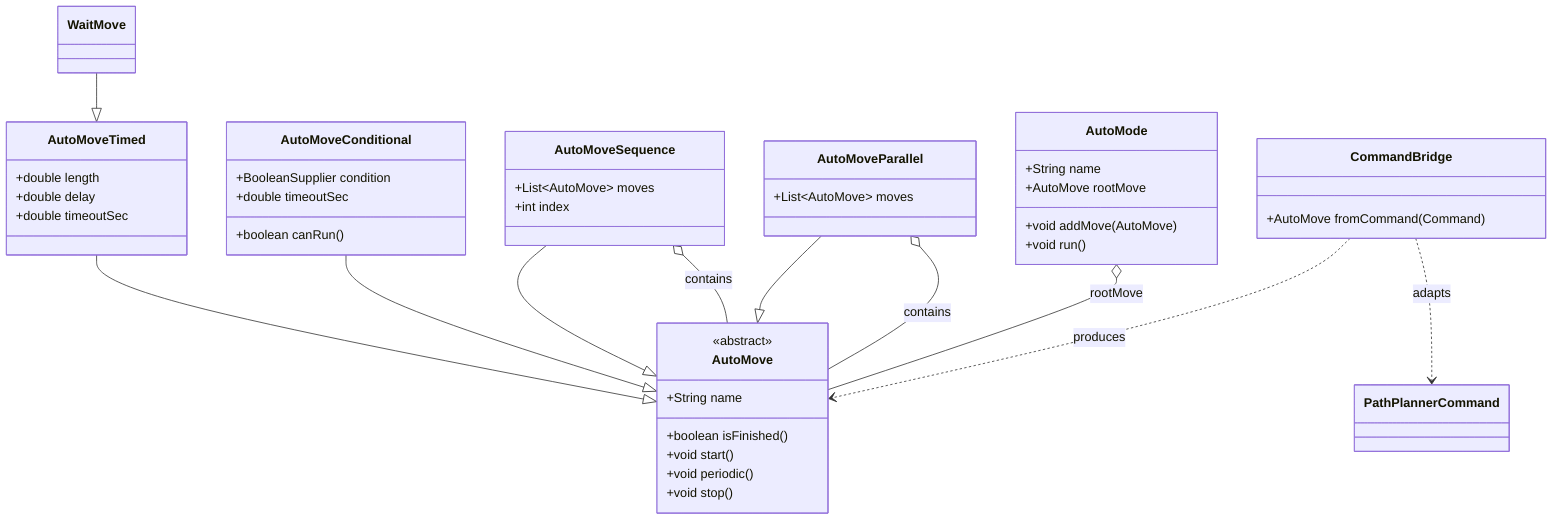
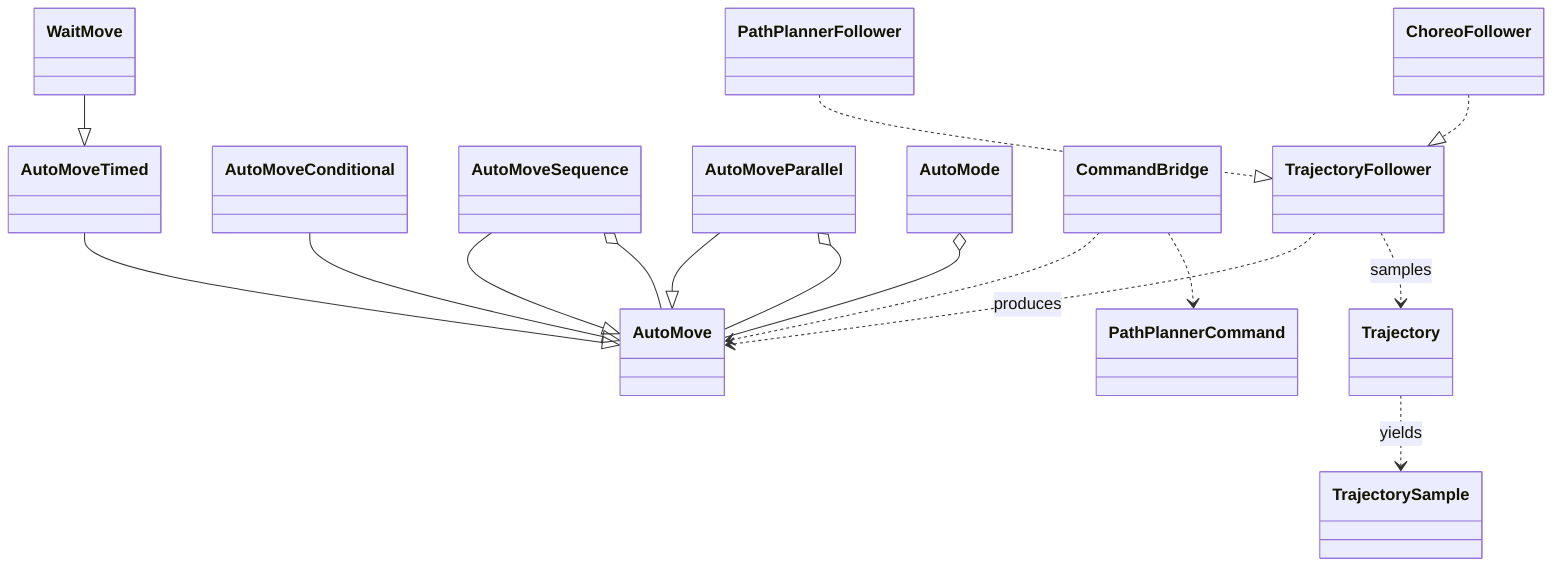
%% Team271-Lib — AutoMove Composition / Class Hierarchy
- %% Shows the autonomous-move type system: one abstract base, four concrete
- %% subclasses, and the CommandBridge that adapts WPILib Commands (including
- %% PathPlanner-generated commands) into the AutoMove world.
- %% Arrow direction for classDiagram: child "--|>" parent (extends)
%% Source of truth: ADR-005 (composition over commands),
%%                  ADR-011 (mandatory timeouts),
- %%                  ADR-013 (PathPlanner via CommandBridge)
+ %%                  ADR-013 (PathPlanner + Choreo trajectory abstraction)

classDiagram
-     class AutoMove {
-         <<abstract>>
-         +String name
-         +boolean isFinished()
-         +void start()
-         +void periodic()
-         +void stop()
-     }
- 
-     class AutoMoveTimed {
-         +double length
-         +double delay
-         +double timeoutSec
-     }
- 
-     class AutoMoveConditional {
-         +BooleanSupplier condition
-         +double timeoutSec
-         +boolean canRun()
-     }
- 
-     class AutoMoveSequence {
-         +List~AutoMove~ moves
-         +int index
-     }
- 
-     class AutoMoveParallel {
-         +List~AutoMove~ moves
-     }
- 
+     class AutoMove
+     class AutoMoveTimed
+     class AutoMoveConditional
+     class AutoMoveSequence
+     class AutoMoveParallel
    class WaitMove
- 
-     class AutoMode {
-         +String name
-         +AutoMove rootMove
-         +void addMove(AutoMove)
-         +void run()
-     }
- 
-     class CommandBridge {
-         +AutoMove fromCommand(Command)
-     }
- 
+     class AutoMode
+     class CommandBridge
    class PathPlannerCommand
+     class Trajectory
+     class TrajectorySample
+     class TrajectoryFollower
+     class PathPlannerFollower
+     class ChoreoFollower

    AutoMoveTimed --|> AutoMove
    AutoMoveConditional --|> AutoMove
    AutoMoveSequence --|> AutoMove
    AutoMoveParallel --|> AutoMove
    WaitMove --|> AutoMoveTimed

-     AutoMoveSequence o-- AutoMove : contains
-     AutoMoveParallel o-- AutoMove : contains
-     AutoMode o-- AutoMove : rootMove
+     AutoMoveSequence o-- AutoMove
+     AutoMoveParallel o-- AutoMove
+     AutoMode o-- AutoMove
+     CommandBridge ..> AutoMove
+     CommandBridge ..> PathPlannerCommand

-     CommandBridge ..> AutoMove : produces
-     CommandBridge ..> PathPlannerCommand : adapts
+     PathPlannerFollower ..|> TrajectoryFollower
+     ChoreoFollower ..|> TrajectoryFollower
+     TrajectoryFollower ..> AutoMove : produces
+     TrajectoryFollower ..> Trajectory : samples
+     Trajectory ..> TrajectorySample : yields
